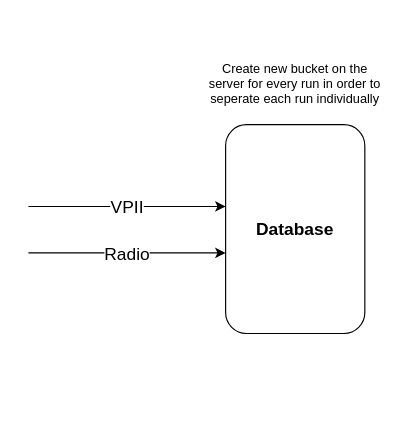
Earlier version of the draw.io diagram page "Acquisition Server" (4 of 4) of GNSS Datalogger Blockdiagram.drawio (torejohansson97/tightly-coupled-gnss-data-logger). Source tidied: cells renumbered, new cells numbered last; positions are measured from the earlier drawing's top-left corner, leaving out a move shared by most shapes. Both pictures are drawn from the tidied source at 116%, with x=0, y=0 at pixel (28, 20).
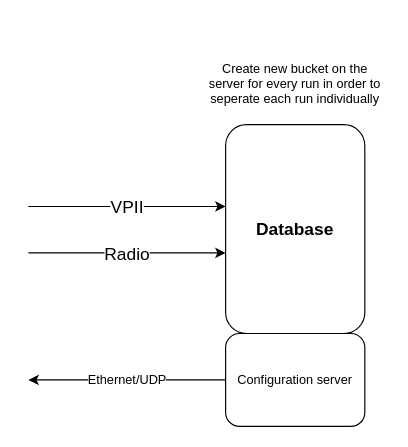
Above is the later version.

Commit message (it also covers changes not shown here):
Added configuration server and connection to it (both way Ethernet)

What changed in the source:
```diff
@@
 <mxGraphModel>
   <root>
     <mxCell id="0" />
     <mxCell id="1" parent="0" />
     <mxCell id="2" value="&lt;font size=&quot;1&quot;&gt;&lt;b style=&quot;font-size: 15px;&quot;&gt;Database&lt;/b&gt;&lt;/font&gt;" style="rounded=1;whiteSpace=wrap;html=1;fontSize=9;" parent="1" vertex="1">
       <mxGeometry x="170" y="90" width="120" height="180" as="geometry" />
     </mxCell>
     <mxCell id="3" value="VPII" style="endArrow=classic;html=1;rounded=0;fontSize=15;" parent="1" edge="1">
       <mxGeometry relative="1" as="geometry">
         <mxPoint y="160.5" as="sourcePoint" />
         <mxPoint x="170" y="160.5" as="targetPoint" />
       </mxGeometry>
     </mxCell>
     <mxCell id="4" value="Radio" style="endArrow=classic;html=1;rounded=0;fontSize=15;" parent="1" edge="1">
       <mxGeometry relative="1" as="geometry">
         <mxPoint y="200.5" as="sourcePoint" />
         <mxPoint x="170" y="200.5" as="targetPoint" />
       </mxGeometry>
     </mxCell>
     <mxCell id="5" value="Create new bucket on the server for every run in order to seperate each run individually" style="text;html=1;strokeColor=none;fillColor=none;align=center;verticalAlign=middle;whiteSpace=wrap;rounded=0;fontSize=11;" parent="1" vertex="1">
       <mxGeometry x="150" width="160" height="110" as="geometry" />
     </mxCell>
+    <mxCell id="6" value="Configuration server" style="rounded=1;whiteSpace=wrap;html=1;fontSize=11;" parent="1" vertex="1">
+      <mxGeometry x="170" y="270" width="120" height="80" as="geometry" />
+    </mxCell>
+    <mxCell id="7" value="Ethernet/UDP" style="endArrow=classic;html=1;rounded=0;fontSize=11;exitX=0;exitY=0.5;exitDx=0;exitDy=0;" parent="1" edge="1" source="6">
+      <mxGeometry relative="1" as="geometry">
+        <mxPoint y="310" as="targetPoint" />
+      </mxGeometry>
+    </mxCell>
   </root>
 </mxGraphModel>
```
